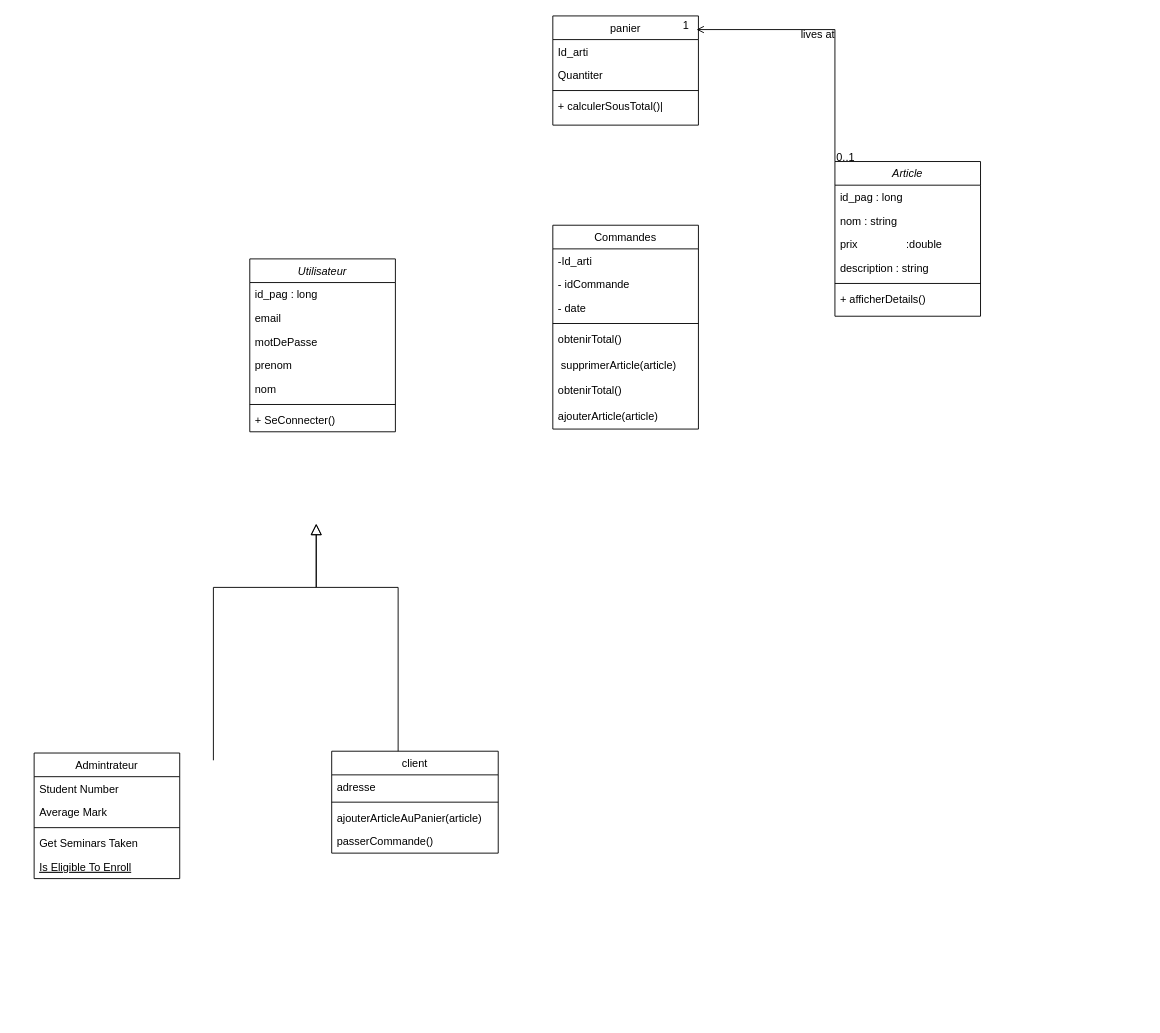
Earlier version of the draw.io diagram res/Untitled Diagram.drawio (Meshavegas/Fadhyl-Store). Source tidied: cells renumbered, new cells numbered last; positions are measured from the earlier drawing's top-left corner, leaving out a move shared by most shapes. Both pictures are drawn from the tidied source at 91%, with x=0, y=0 at pixel (34, 15).
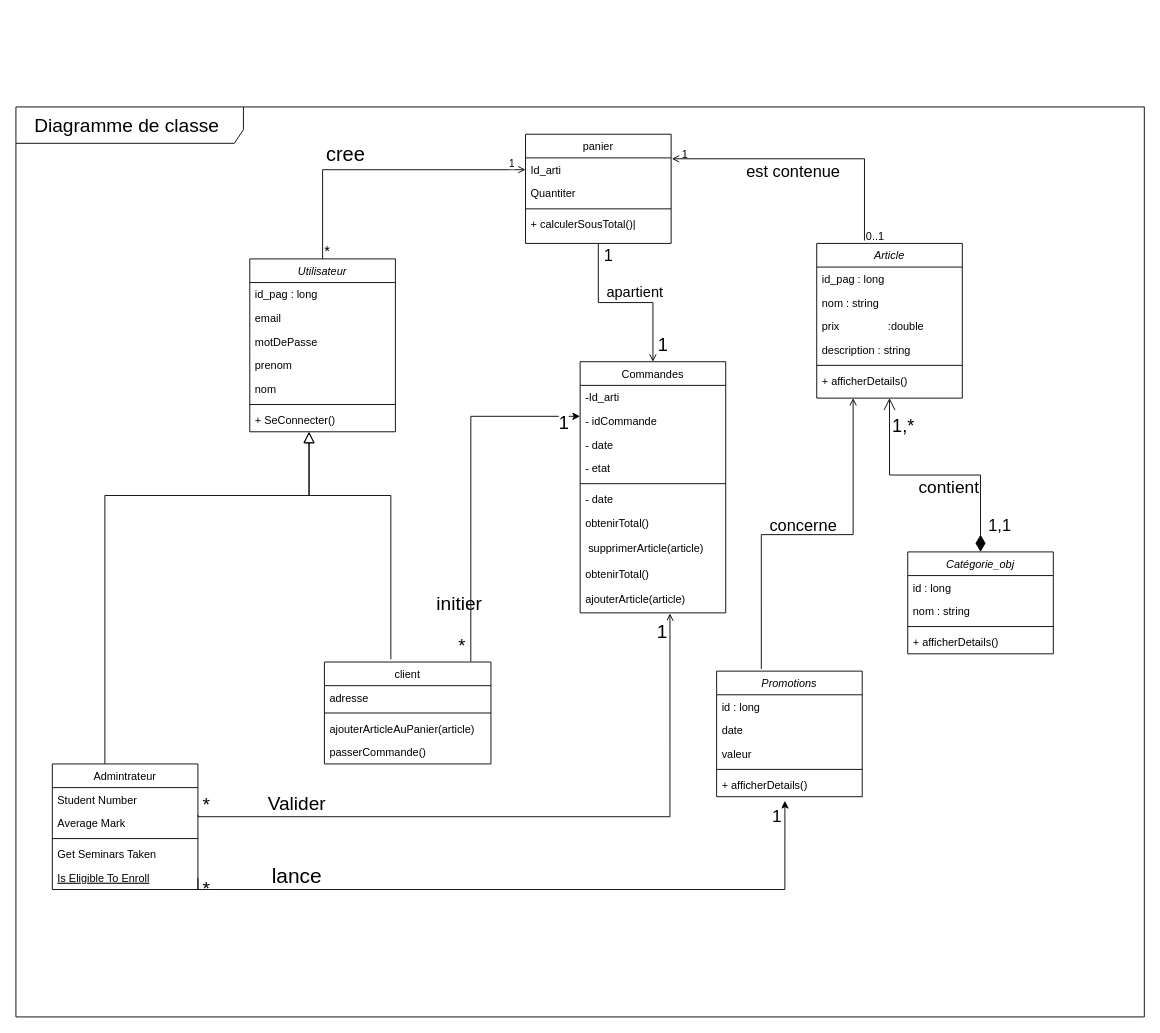
The same page after the edit.

The change refers to these unchanged cells:
```xml
<mxCell id="11" value="Average Mark" style="text;align=left;verticalAlign=top;spacingLeft=4;spacingRight=4;overflow=hidden;points=[[0,0.5],[1,0.5]];portConstraint=eastwest;rounded=0;shadow=0;html=0;" parent="9" vertex="1">
  <mxGeometry y="52" width="160" height="26" as="geometry" />
</mxCell>
<mxCell id="14" value="Is Eligible To Enroll" style="text;align=left;verticalAlign=top;spacingLeft=4;spacingRight=4;overflow=hidden;points=[[0,0.5],[1,0.5]];portConstraint=eastwest;fontStyle=4;" parent="9" vertex="1">
  <mxGeometry y="112" width="160" height="26" as="geometry" />
</mxCell>
<mxCell id="23" value="Id_arti" style="text;align=left;verticalAlign=top;spacingLeft=4;spacingRight=4;overflow=hidden;points=[[0,0.5],[1,0.5]];portConstraint=eastwest;" parent="22" vertex="1">
  <mxGeometry y="26" width="160" height="26" as="geometry" />
</mxCell>
<mxCell id="40" value="Utilisateur" style="swimlane;fontStyle=2;align=center;verticalAlign=top;horizontal=1;startSize=26;rounded=0;shadow=0;strokeWidth=1;" parent="1" vertex="1">
  <mxGeometry x="237" y="267" width="160" height="190" as="geometry" />
</mxCell>
```

Diff of the diagram source:
```diff
@@
+    <mxCell id="48" style="edgeStyle=orthogonalEdgeStyle;rounded=0;jettySize=auto;html=1;exitX=0.25;exitY=1;exitDx=0;exitDy=0;entryX=0.307;entryY=-0.018;entryDx=0;entryDy=0;entryPerimeter=0;startArrow=open;startFill=0;endArrow=none;endFill=0;" parent="1" edge="1" source="2" target="77">
+      <mxGeometry relative="1" as="geometry" />
+    </mxCell>
     <mxCell id="2" value="Article" style="swimlane;fontStyle=2;align=center;verticalAlign=top;horizontal=1;startSize=26;rounded=0;shadow=0;strokeWidth=1;" parent="1" vertex="1">
-      <mxGeometry x="880" y="160" width="160" height="170" as="geometry" />
+      <mxGeometry x="860" y="250" width="160" height="170" as="geometry" />
     </mxCell>
@@
     <mxCell id="9" value="Admintrateur" style="swimlane;fontStyle=0;align=center;verticalAlign=top;horizontal=1;startSize=26;rounded=0;shadow=0;strokeWidth=1;" parent="1" vertex="1">
-      <mxGeometry y="810" width="160" height="138" as="geometry" />
+      <mxGeometry x="20" y="822" width="160" height="138" as="geometry" />
     </mxCell>
@@
-    <mxCell id="15" style="endArrow=block;endSize=10;endFill=0;shadow=0;strokeWidth=1;rounded=0;edgeStyle=elbowEdgeStyle;elbow=vertical;" parent="1" edge="1">
+    <mxCell id="15" style="endArrow=block;endSize=10;endFill=0;shadow=0;strokeWidth=1;rounded=0;edgeStyle=elbowEdgeStyle;elbow=vertical;exitX=0.361;exitY=-0.001;exitDx=0;exitDy=0;exitPerimeter=0;" parent="1" edge="1" source="9">
       <mxGeometry relative="1" as="geometry">
-        <mxPoint x="197" y="818" as="sourcePoint" />
-        <mxPoint x="310" y="558" as="targetPoint" />
+        <mxPoint x="302.2" y="457" as="targetPoint" />
         <Array as="points">
-          <mxPoint x="250" y="628" />
+          <mxPoint x="242.2" y="527" />
         </Array>
       </mxGeometry>
     </mxCell>
     <mxCell id="16" value="client" style="swimlane;fontStyle=0;align=center;verticalAlign=top;horizontal=1;startSize=26;rounded=0;shadow=0;strokeWidth=1;" parent="1" vertex="1">
-      <mxGeometry x="327" y="808" width="183" height="112" as="geometry" />
+      <mxGeometry x="319" y="710" width="183" height="112" as="geometry" />
     </mxCell>
@@
-    <mxCell id="21" style="endArrow=block;endSize=10;endFill=0;shadow=0;strokeWidth=1;rounded=0;edgeStyle=elbowEdgeStyle;elbow=vertical;" parent="1" edge="1" source="16">
+    <mxCell id="21" style="endArrow=block;endSize=10;endFill=0;shadow=0;strokeWidth=1;rounded=0;edgeStyle=elbowEdgeStyle;elbow=vertical;" parent="1" edge="1">
       <mxGeometry relative="1" as="geometry">
-        <mxPoint x="310" y="558" as="targetPoint" />
+        <mxPoint x="392" y="707" as="sourcePoint" />
+        <mxPoint x="302" y="457" as="targetPoint" />
         <Array as="points">
-          <mxPoint x="400" y="628" />
+          <mxPoint x="392" y="527" />
         </Array>
       </mxGeometry>
     </mxCell>
+    <mxCell id="49" style="edgeStyle=orthogonalEdgeStyle;rounded=0;jettySize=auto;html=1;exitX=0.5;exitY=1;exitDx=0;exitDy=0;entryX=0.5;entryY=0;entryDx=0;entryDy=0;endArrow=open;endFill=0;" parent="1" edge="1" source="22" target="31">
+      <mxGeometry relative="1" as="geometry" />
+    </mxCell>
+    <mxCell id="50" value="&lt;font style=&quot;font-size: 18px;&quot;&gt;1&lt;/font&gt;" style="edgeLabel;html=1;align=center;verticalAlign=middle;" parent="49" vertex="1">
+      <mxGeometry x="-0.86" y="1" relative="1" as="geometry">
+        <mxPoint x="9" as="offset" />
+      </mxGeometry>
+    </mxCell>
+    <mxCell id="51" value="&lt;font style=&quot;font-size: 20px;&quot;&gt;1&lt;/font&gt;" style="edgeLabel;html=1;align=center;verticalAlign=middle;" parent="49" vertex="1">
+      <mxGeometry x="0.79" y="-3" relative="1" as="geometry">
+        <mxPoint x="13" as="offset" />
+      </mxGeometry>
+    </mxCell>
     <mxCell id="22" value="panier" style="swimlane;fontStyle=0;align=center;verticalAlign=top;horizontal=1;startSize=26;rounded=0;shadow=0;strokeWidth=1;" parent="1" vertex="1">
-      <mxGeometry x="570" width="160" height="120" as="geometry" />
+      <mxGeometry x="540" y="130" width="160" height="120" as="geometry" />
     </mxCell>
@@
-    <mxCell id="27" style="endArrow=open;shadow=0;strokeWidth=1;rounded=0;endFill=1;edgeStyle=elbowEdgeStyle;elbow=vertical;entryX=0.987;entryY=0.128;entryDx=0;entryDy=0;entryPerimeter=0;" parent="1" edge="1" source="2" target="22">
+    <mxCell id="27" style="endArrow=open;shadow=0;strokeWidth=1;rounded=0;endFill=1;edgeStyle=elbowEdgeStyle;elbow=vertical;entryX=1.005;entryY=0.007;entryDx=0;entryDy=0;entryPerimeter=0;exitX=0.328;exitY=-0.019;exitDx=0;exitDy=0;exitPerimeter=0;" parent="1" edge="1" source="2" target="23">
       <mxGeometry x="0.5" y="41" relative="1" as="geometry">
         <Array as="points">
-          <mxPoint x="880" y="15" />
+          <mxPoint x="962.1" y="157" />
+          <mxPoint x="662.1" y="67" />
+          <mxPoint x="902.1" y="22" />
         </Array>
         <mxPoint x="-40" y="32" as="offset" />
       </mxGeometry>
     </mxCell>
@@
     <mxCell id="29" value="1" style="align=right;verticalAlign=bottom;labelBackgroundColor=none;fontSize=12;" parent="27" vertex="1">
       <mxGeometry x="1" relative="1" as="geometry">
-        <mxPoint x="-7" y="4" as="offset" />
+        <mxPoint x="19" y="4" as="offset" />
       </mxGeometry>
     </mxCell>
-    <mxCell id="30" value="lives at" style="text;html=1;align=center;verticalAlign=middle;labelBackgroundColor=none;rounded=0;shadow=0;strokeWidth=1;fontSize=12;" parent="27" vertex="1">
+    <mxCell id="30" value="&lt;font style=&quot;font-size: 18px;&quot;&gt;est contenue&lt;/font&gt;" style="text;html=1;align=center;verticalAlign=middle;labelBackgroundColor=none;rounded=0;shadow=0;strokeWidth=1;fontSize=12;" parent="27" vertex="1">
       <mxGeometry x="0.5" y="49" relative="1" as="geometry">
-        <mxPoint x="58" y="-44" as="offset" />
+        <mxPoint x="58" y="-36" as="offset" />
       </mxGeometry>
     </mxCell>
     <mxCell id="31" value="Commandes" style="swimlane;fontStyle=0;align=center;verticalAlign=top;horizontal=1;startSize=26;rounded=0;shadow=0;strokeWidth=1;" parent="1" vertex="1">
-      <mxGeometry x="570" y="230" width="160" height="224" as="geometry" />
+      <mxGeometry x="600" y="380" width="160" height="276" as="geometry" />
     </mxCell>
@@
+    <mxCell id="52" value="- date" style="text;align=left;verticalAlign=top;spacingLeft=4;spacingRight=4;overflow=hidden;rounded=0;shadow=0;html=0;" parent="31" vertex="1">
+      <mxGeometry y="78" width="160" height="26" as="geometry" />
+    </mxCell>
-    <mxCell id="34" value="- date" style="text;align=left;verticalAlign=top;spacingLeft=4;spacingRight=4;overflow=hidden;rounded=0;shadow=0;html=0;" parent="31" vertex="1">
-      <mxGeometry y="78" width="160" height="26" as="geometry" />
+    <mxCell id="34" value="- etat" style="text;align=left;verticalAlign=top;spacingLeft=4;spacingRight=4;overflow=hidden;rounded=0;shadow=0;html=0;" parent="31" vertex="1">
+      <mxGeometry y="104" width="160" height="26" as="geometry" />
     </mxCell>
     <mxCell id="35" style="line;html=1;strokeWidth=1;align=left;verticalAlign=middle;spacingTop=-1;spacingLeft=3;spacingRight=3;labelPosition=right;" parent="31" vertex="1">
-      <mxGeometry y="104" width="160" height="8" as="geometry" />
+      <mxGeometry y="130" width="160" height="8" as="geometry" />
     </mxCell>
+    <mxCell id="53" value="- date" style="text;align=left;verticalAlign=top;spacingLeft=4;spacingRight=4;overflow=hidden;rounded=0;shadow=0;html=0;" parent="31" vertex="1">
+      <mxGeometry y="138" width="160" height="26" as="geometry" />
+    </mxCell>
     <mxCell id="36" value="obtenirTotal()&#10; " style="text;align=left;verticalAlign=top;spacingLeft=4;spacingRight=4;overflow=hidden;" parent="31" vertex="1">
-      <mxGeometry y="112" width="160" height="28" as="geometry" />
+      <mxGeometry y="164" width="160" height="28" as="geometry" />
     </mxCell>
     <mxCell id="37" value=" supprimerArticle(article)&#10;    " style="text;align=left;verticalAlign=top;spacingLeft=4;spacingRight=4;overflow=hidden;" parent="31" vertex="1">
-      <mxGeometry y="140" width="160" height="28" as="geometry" />
+      <mxGeometry y="192" width="160" height="28" as="geometry" />
     </mxCell>
     <mxCell id="38" value="obtenirTotal()" style="text;align=left;verticalAlign=top;spacingLeft=4;spacingRight=4;overflow=hidden;" parent="31" vertex="1">
-      <mxGeometry y="168" width="160" height="28" as="geometry" />
+      <mxGeometry y="220" width="160" height="28" as="geometry" />
     </mxCell>
     <mxCell id="39" value="ajouterArticle(article)" style="text;align=left;verticalAlign=top;spacingLeft=4;spacingRight=4;overflow=hidden;points=[[0,0.5],[1,0.5]];portConstraint=eastwest;" parent="31" vertex="1">
-      <mxGeometry y="196" width="160" height="28" as="geometry" />
+      <mxGeometry y="248" width="160" height="28" as="geometry" />
     </mxCell>
+    <mxCell id="54" style="edgeStyle=orthogonalEdgeStyle;rounded=0;jettySize=auto;html=1;exitX=0.5;exitY=0;exitDx=0;exitDy=0;entryX=0;entryY=0.5;entryDx=0;entryDy=0;endArrow=open;endFill=0;" parent="1" edge="1" source="40" target="23">
+      <mxGeometry relative="1" as="geometry" />
+    </mxCell>
+    <mxCell id="55" value="&lt;font style=&quot;font-size: 16px;&quot;&gt;*&lt;/font&gt;" style="edgeLabel;html=1;align=center;verticalAlign=middle;" parent="54" vertex="1">
+      <mxGeometry x="-0.93" y="-1" relative="1" as="geometry">
+        <mxPoint x="3" y="1" as="offset" />
+      </mxGeometry>
+    </mxCell>
+    <mxCell id="56" value="1" style="edgeLabel;html=1;align=center;verticalAlign=middle;" parent="54" vertex="1">
+      <mxGeometry x="0.87" relative="1" as="geometry">
+        <mxPoint x="5" y="-8" as="offset" />
+      </mxGeometry>
+    </mxCell>
+    <mxCell id="57" value="&lt;font style=&quot;font-size: 22px;&quot;&gt;cree&lt;/font&gt;" style="edgeLabel;html=1;align=center;verticalAlign=middle;fontSize=22;" parent="54" vertex="1">
+      <mxGeometry x="-0.34" relative="1" as="geometry">
+        <mxPoint x="16" y="-17" as="offset" />
+      </mxGeometry>
+    </mxCell>
@@
+    <mxCell id="58" style="edgeStyle=orthogonalEdgeStyle;rounded=0;jettySize=auto;html=1;exitX=0.879;exitY=-0.005;exitDx=0;exitDy=0;exitPerimeter=0;" parent="1" edge="1" source="16" target="31">
+      <mxGeometry relative="1" as="geometry">
+        <Array as="points">
+          <mxPoint x="480" y="440" />
+        </Array>
+      </mxGeometry>
+    </mxCell>
+    <mxCell id="59" value="&lt;font style=&quot;font-size: 20px;&quot;&gt;*&lt;/font&gt;" style="edgeLabel;html=1;align=center;verticalAlign=middle;" parent="58" vertex="1">
+      <mxGeometry x="-0.89" y="-1" relative="1" as="geometry">
+        <mxPoint x="-11" y="3" as="offset" />
+      </mxGeometry>
+    </mxCell>
+    <mxCell id="60" value="&lt;font style=&quot;font-size: 20px;&quot;&gt;1&lt;/font&gt;" style="edgeLabel;html=1;align=center;verticalAlign=middle;" parent="58" vertex="1">
+      <mxGeometry x="-0.89" y="-1" relative="1" as="geometry">
+        <mxPoint x="101" y="-243" as="offset" />
+      </mxGeometry>
+    </mxCell>
+    <mxCell id="61" value="&lt;font style=&quot;font-size: 21px;&quot;&gt;initier&lt;/font&gt;" style="text;html=1;align=center;verticalAlign=middle;strokeColor=none;fillColor=none;" parent="1" vertex="1">
+      <mxGeometry x="432" y="625" width="70" height="40" as="geometry" />
+    </mxCell>
+    <mxCell id="62" style="edgeStyle=orthogonalEdgeStyle;rounded=0;jettySize=auto;html=1;exitX=1.001;exitY=0.164;exitDx=0;exitDy=0;entryX=0.617;entryY=1.023;entryDx=0;entryDy=0;entryPerimeter=0;endArrow=open;endFill=0;exitPerimeter=0;" parent="1" edge="1" source="11" target="39">
+      <mxGeometry relative="1" as="geometry">
+        <Array as="points">
+          <mxPoint x="180" y="880" />
+          <mxPoint x="699" y="880" />
+        </Array>
+      </mxGeometry>
+    </mxCell>
+    <mxCell id="63" value="&lt;font style=&quot;font-size: 21px;&quot;&gt;*&lt;/font&gt;" style="edgeLabel;html=1;align=center;verticalAlign=middle;" parent="62" vertex="1">
+      <mxGeometry x="-0.97" relative="1" as="geometry">
+        <mxPoint x="-1" y="-15" as="offset" />
+      </mxGeometry>
+    </mxCell>
+    <mxCell id="64" value="&lt;font style=&quot;font-size: 21px;&quot;&gt;1&lt;/font&gt;" style="edgeLabel;html=1;align=center;verticalAlign=middle;" parent="62" vertex="1">
+      <mxGeometry x="0.95" y="-1" relative="1" as="geometry">
+        <mxPoint x="-10" as="offset" />
+      </mxGeometry>
+    </mxCell>
+    <mxCell id="65" value="&lt;font style=&quot;font-size: 21px;&quot;&gt;*&lt;/font&gt;" style="edgeLabel;html=1;align=center;verticalAlign=middle;" parent="62" vertex="1">
+      <mxGeometry x="-0.97" relative="1" as="geometry">
+        <mxPoint x="-1" y="77" as="offset" />
+      </mxGeometry>
+    </mxCell>
+    <mxCell id="66" value="Valider" style="text;html=1;strokeColor=none;fillColor=none;align=center;verticalAlign=middle;whiteSpace=wrap;rounded=0;fontSize=21;" parent="1" vertex="1">
+      <mxGeometry x="259" y="850" width="60" height="30" as="geometry" />
+    </mxCell>
+    <mxCell id="67" value="&lt;font style=&quot;font-size: 16px;&quot;&gt;apartient&lt;/font&gt;" style="text;html=1;align=center;verticalAlign=middle;strokeColor=none;fillColor=none;" parent="1" vertex="1">
+      <mxGeometry x="615" y="288" width="90" height="30" as="geometry" />
+    </mxCell>
+    <mxCell id="68" style="edgeStyle=orthogonalEdgeStyle;rounded=0;jettySize=auto;html=1;exitX=0.5;exitY=0;exitDx=0;exitDy=0;entryX=0.5;entryY=1;entryDx=0;entryDy=0;startArrow=diamondThin;startFill=1;targetPerimeterSpacing=8;sourcePerimeterSpacing=4;endSize=11;startSize=16;endArrow=open;endFill=0;" parent="1" edge="1" source="70" target="2">
+      <mxGeometry relative="1" as="geometry" />
+    </mxCell>
+    <mxCell id="69" value="&lt;font style=&quot;font-size: 18px;&quot;&gt;1,1&lt;/font&gt;" style="edgeLabel;html=1;align=center;verticalAlign=middle;" parent="68" vertex="1">
+      <mxGeometry x="-0.84" relative="1" as="geometry">
+        <mxPoint x="20" y="-7" as="offset" />
+      </mxGeometry>
+    </mxCell>
+    <mxCell id="70" value="Catégorie_obj&#10;" style="swimlane;fontStyle=2;align=center;verticalAlign=top;horizontal=1;startSize=26;rounded=0;shadow=0;strokeWidth=1;" parent="1" vertex="1">
+      <mxGeometry x="960" y="589" width="160" height="112" as="geometry" />
+    </mxCell>
+    <mxCell id="71" value="id : long" style="text;align=left;verticalAlign=top;spacingLeft=4;spacingRight=4;overflow=hidden;" parent="70" vertex="1">
+      <mxGeometry y="26" width="160" height="26" as="geometry" />
+    </mxCell>
+    <mxCell id="72" value="nom : string" style="text;align=left;verticalAlign=top;spacingLeft=4;spacingRight=4;overflow=hidden;" parent="70" vertex="1">
+      <mxGeometry y="52" width="160" height="26" as="geometry" />
+    </mxCell>
+    <mxCell id="73" style="line;html=1;strokeWidth=1;align=left;verticalAlign=middle;spacingTop=-1;spacingLeft=3;spacingRight=3;labelPosition=right;" parent="70" vertex="1">
+      <mxGeometry y="78" width="160" height="8" as="geometry" />
+    </mxCell>
+    <mxCell id="74" value="+ afficherDetails()" style="text;align=left;verticalAlign=top;spacingLeft=4;spacingRight=4;overflow=hidden;" parent="70" vertex="1">
+      <mxGeometry y="86" width="160" height="26" as="geometry" />
+    </mxCell>
+    <mxCell id="75" value="contient" style="text;html=1;align=center;verticalAlign=middle;strokeColor=none;fillColor=none;fontSize=19;" parent="1" vertex="1">
+      <mxGeometry x="960" y="499" width="90" height="40" as="geometry" />
+    </mxCell>
+    <mxCell id="76" value="&lt;font style=&quot;font-size: 20px;&quot;&gt;1,*&lt;/font&gt;" style="text;html=1;align=center;verticalAlign=middle;strokeColor=none;fillColor=none;" parent="1" vertex="1">
+      <mxGeometry x="930" y="430" width="50" height="40" as="geometry" />
+    </mxCell>
+    <mxCell id="77" value="Promotions" style="swimlane;fontStyle=2;align=center;verticalAlign=top;horizontal=1;startSize=26;rounded=0;shadow=0;strokeWidth=1;" parent="1" vertex="1">
+      <mxGeometry x="750" y="720" width="160" height="138" as="geometry" />
+    </mxCell>
+    <mxCell id="78" value="id : long" style="text;align=left;verticalAlign=top;spacingLeft=4;spacingRight=4;overflow=hidden;" parent="77" vertex="1">
+      <mxGeometry y="26" width="160" height="26" as="geometry" />
+    </mxCell>
+    <mxCell id="79" value="date" style="text;align=left;verticalAlign=top;spacingLeft=4;spacingRight=4;overflow=hidden;" parent="77" vertex="1">
+      <mxGeometry y="52" width="160" height="26" as="geometry" />
+    </mxCell>
+    <mxCell id="80" value="valeur" style="text;align=left;verticalAlign=top;spacingLeft=4;spacingRight=4;overflow=hidden;" parent="77" vertex="1">
+      <mxGeometry y="78" width="160" height="26" as="geometry" />
+    </mxCell>
+    <mxCell id="81" style="line;html=1;strokeWidth=1;align=left;verticalAlign=middle;spacingTop=-1;spacingLeft=3;spacingRight=3;labelPosition=right;" parent="77" vertex="1">
+      <mxGeometry y="104" width="160" height="8" as="geometry" />
+    </mxCell>
+    <mxCell id="82" value="+ afficherDetails()" style="text;align=left;verticalAlign=top;spacingLeft=4;spacingRight=4;overflow=hidden;points=[[0,0.5],[1,0.5]];portConstraint=eastwest;" parent="77" vertex="1">
+      <mxGeometry y="112" width="160" height="26" as="geometry" />
+    </mxCell>
+    <mxCell id="83" value="concerne" style="text;html=1;align=center;verticalAlign=middle;strokeColor=none;fillColor=none;fontSize=18;" parent="1" vertex="1">
+      <mxGeometry x="795" y="540" width="100" height="40" as="geometry" />
+    </mxCell>
+    <mxCell id="84" style="edgeStyle=orthogonalEdgeStyle;rounded=0;jettySize=auto;html=1;exitX=1;exitY=0.5;exitDx=0;exitDy=0;entryX=0.469;entryY=1.173;entryDx=0;entryDy=0;entryPerimeter=0;" parent="1" edge="1" source="14" target="82">
+      <mxGeometry relative="1" as="geometry">
+        <Array as="points">
+          <mxPoint x="180" y="960" />
+          <mxPoint x="825" y="960" />
+        </Array>
+      </mxGeometry>
+    </mxCell>
+    <mxCell id="85" value="&lt;font style=&quot;font-size: 19px;&quot;&gt;1&lt;/font&gt;" style="edgeLabel;html=1;align=center;verticalAlign=middle;" parent="84" vertex="1">
+      <mxGeometry x="0.95" y="-1" relative="1" as="geometry">
+        <mxPoint x="-11" y="-2" as="offset" />
+      </mxGeometry>
+    </mxCell>
+    <mxCell id="86" value="lance" style="text;html=1;strokeColor=none;fillColor=none;align=center;verticalAlign=middle;whiteSpace=wrap;rounded=0;fontSize=23;" parent="1" vertex="1">
+      <mxGeometry x="259" y="930" width="60" height="30" as="geometry" />
+    </mxCell>
+    <mxCell id="87" value="&lt;font style=&quot;font-size: 21px;&quot;&gt;Diagramme de classe&amp;nbsp;&lt;/font&gt;" style="shape=umlFrame;whiteSpace=wrap;html=1;width=250;height=40;" parent="1" vertex="1">
+      <mxGeometry x="-20" y="100" width="1240" height="1000" as="geometry" />
+    </mxCell>
```
